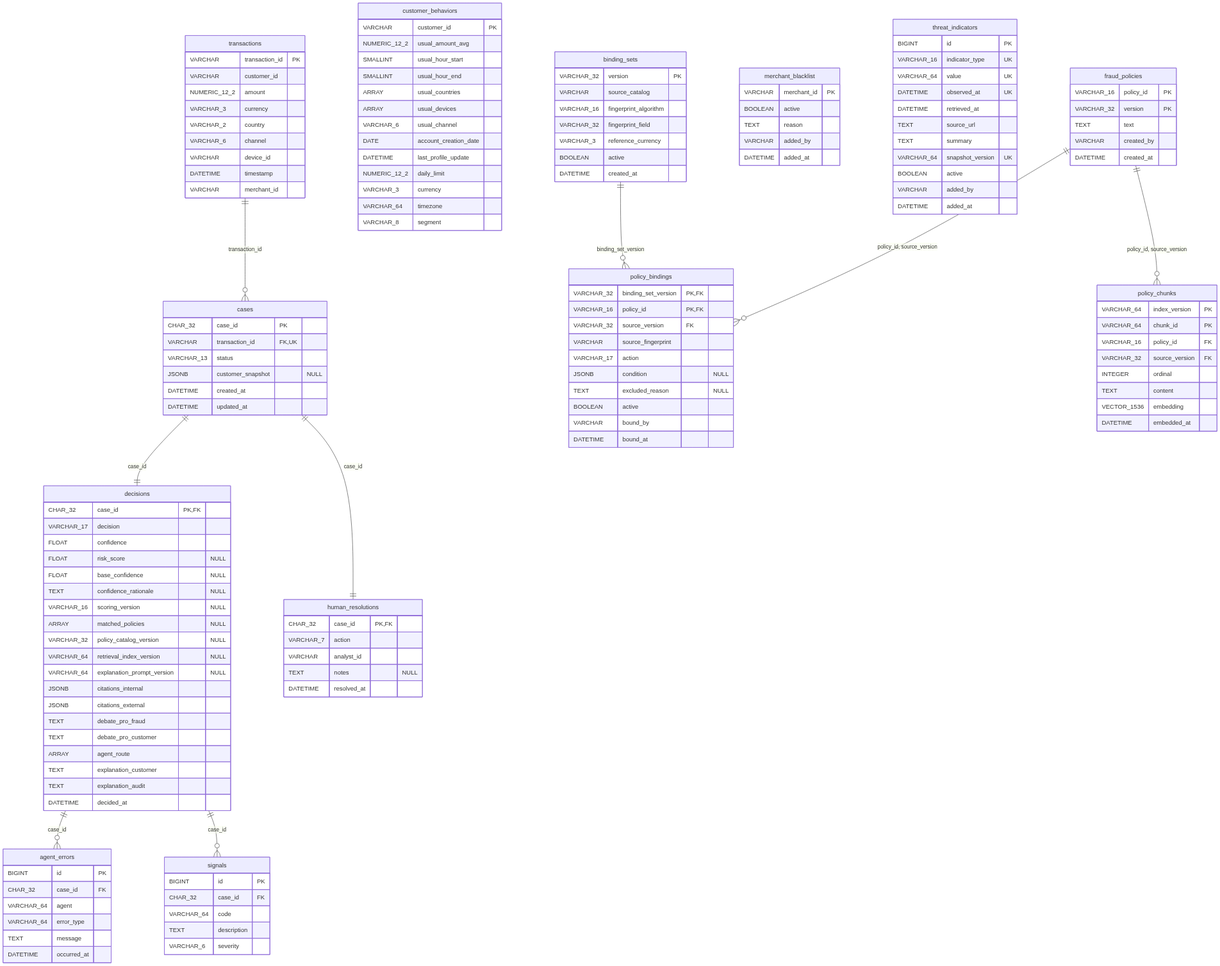
Nicolas-Torres/multiagent-fraud-detection keeps this Mermaid diagram as docs/diagrams/data_model.png. Above is the earlier version. Its source is kept beside it as docs/diagrams/data_model.mmd.
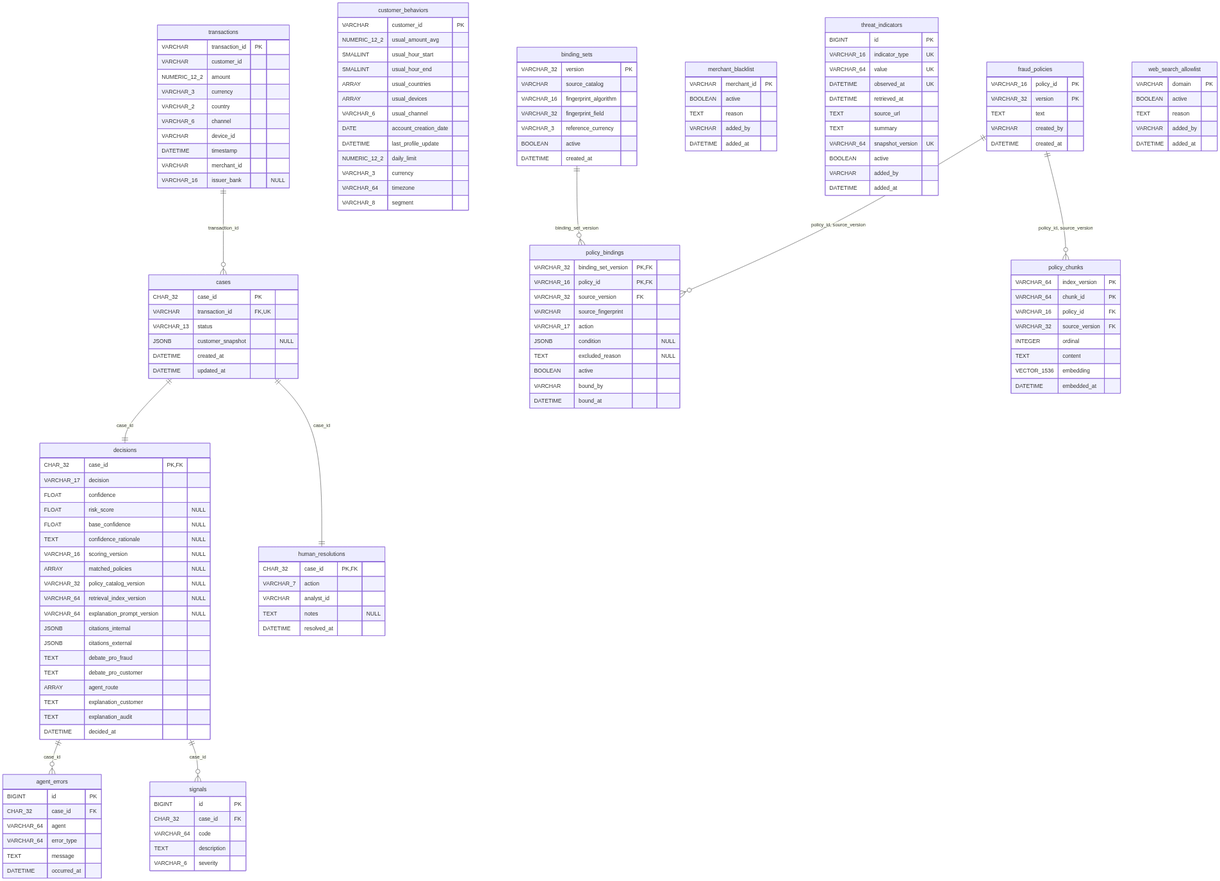
Later version of the same file.

Commit message:
feat(db): add web_search_allowlist and issuer_bank

The edit, as a diff of the source:
```diff
@@ -60,6 +60,14 @@
         VARCHAR device_id
         DATETIME timestamp
         VARCHAR merchant_id
+        VARCHAR_16 issuer_bank "NULL"
+    }
+    web_search_allowlist {
+        VARCHAR domain PK
+        BOOLEAN active
+        TEXT reason
+        VARCHAR added_by
+        DATETIME added_at
     }
     cases {
         CHAR_32 case_id PK
```
